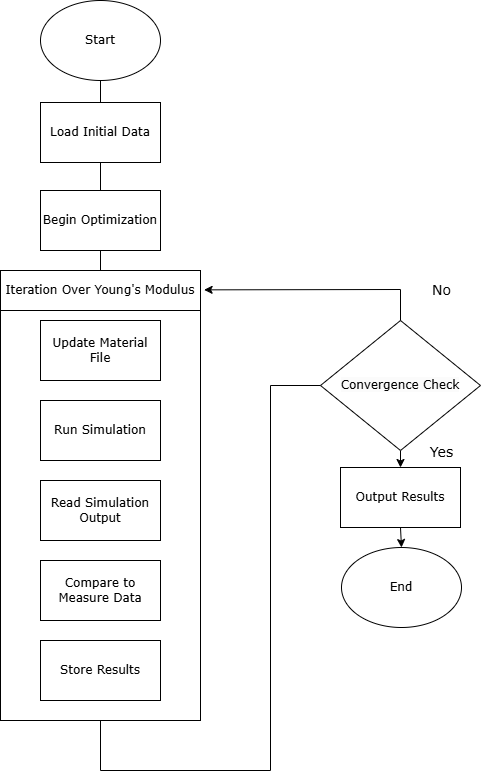
Above: images/fsi/Optimization_1.png in shrinidhihm/shrinidhihm.github.io (draw.io), before the change. Source tidied: cells renumbered, new cells last; positions are measured from the earlier drawing's top-left corner, leaving out a move shared by most shapes.
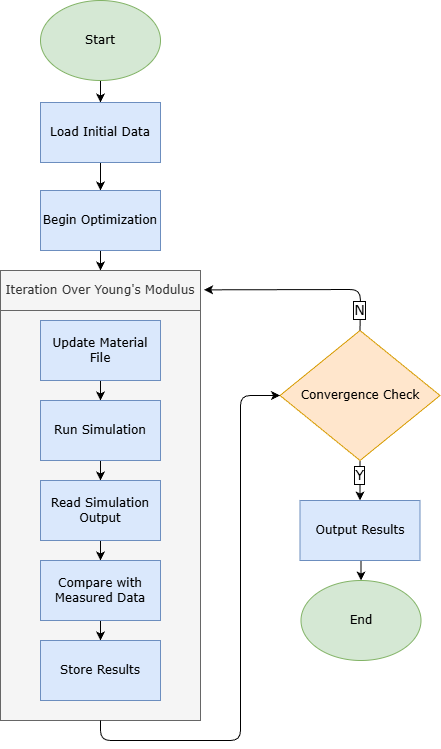
Later version of the same file.

What changed in the source:
```diff
@@ -2,90 +2,93 @@
   <root>
     <mxCell id="0" />
     <mxCell id="1" parent="0" />
+    <mxCell id="25" style="edgeStyle=orthogonalEdgeStyle;rounded=0;jettySize=auto;html=1;exitX=0.5;exitY=1;exitDx=0;exitDy=0;entryX=0.5;entryY=0;entryDx=0;entryDy=0;" parent="1" edge="1" source="2" target="3">
+      <mxGeometry relative="1" as="geometry" />
+    </mxCell>
-    <mxCell id="2" value="&lt;font&gt;Start&lt;/font&gt;" style="ellipse;whiteSpace=wrap;html=1;fontFamily=Verdana;" parent="1" vertex="1">
+    <mxCell id="2" value="&lt;font&gt;Start&lt;/font&gt;" style="ellipse;whiteSpace=wrap;html=1;fontFamily=Verdana;fillColor=#d5e8d4;strokeColor=#82b366;" parent="1" vertex="1">
       <mxGeometry x="40" width="120" height="80" as="geometry" />
     </mxCell>
+    <mxCell id="26" style="edgeStyle=orthogonalEdgeStyle;rounded=0;jettySize=auto;html=1;exitX=0.5;exitY=1;exitDx=0;exitDy=0;entryX=0.5;entryY=0;entryDx=0;entryDy=0;" parent="1" edge="1" source="3" target="5">
+      <mxGeometry relative="1" as="geometry" />
+    </mxCell>
-    <mxCell id="3" value="Load Initial Data" style="rounded=0;whiteSpace=wrap;html=1;align=center;fontFamily=Verdana;" parent="1" vertex="1">
+    <mxCell id="3" value="Load Initial Data" style="rounded=0;whiteSpace=wrap;html=1;align=center;fontFamily=Verdana;fillColor=#dae8fc;strokeColor=#6c8ebf;" parent="1" vertex="1">
       <mxGeometry x="40" y="102" width="120" height="60" as="geometry" />
     </mxCell>
-    <mxCell id="4" style="edgeStyle=orthogonalEdgeStyle;rounded=0;jettySize=auto;html=1;" parent="1" edge="1" source="5" target="8">
-      <mxGeometry relative="1" as="geometry" />
-    </mxCell>
+    <mxCell id="27" style="edgeStyle=orthogonalEdgeStyle;rounded=0;jettySize=auto;html=1;exitX=0.5;exitY=1;exitDx=0;exitDy=0;entryX=0.5;entryY=0;entryDx=0;entryDy=0;" parent="1" edge="1" source="5" target="7">
+      <mxGeometry relative="1" as="geometry" />
+    </mxCell>
-    <mxCell id="5" value="Begin Optimization" style="rounded=0;whiteSpace=wrap;html=1;align=center;fontFamily=Verdana;" parent="1" vertex="1">
+    <mxCell id="5" value="Begin Optimization" style="rounded=0;whiteSpace=wrap;html=1;align=center;fontFamily=Verdana;fillColor=#dae8fc;strokeColor=#6c8ebf;" parent="1" vertex="1">
       <mxGeometry x="40" y="190" width="120" height="60" as="geometry" />
     </mxCell>
-    <mxCell id="6" style="rounded=0;whiteSpace=wrap;html=1;fontFamily=Verdana;" parent="1" vertex="1">
+    <mxCell id="6" style="rounded=0;whiteSpace=wrap;html=1;fontFamily=Verdana;fillColor=#f5f5f5;strokeColor=#666666;fontColor=#333333;" parent="1" vertex="1">
       <mxGeometry y="270" width="200" height="450" as="geometry" />
     </mxCell>
-    <mxCell id="7" value="Iteration Over Young's Modulus" style="rounded=0;whiteSpace=wrap;html=1;fontFamily=Verdana;" parent="1" vertex="1">
+    <mxCell id="7" value="Iteration Over Young's Modulus" style="rounded=0;whiteSpace=wrap;html=1;fontFamily=Verdana;fillColor=#f5f5f5;strokeColor=#666666;fontColor=#333333;" parent="1" vertex="1">
       <mxGeometry y="270" width="200" height="40" as="geometry" />
     </mxCell>
+    <mxCell id="28" style="edgeStyle=orthogonalEdgeStyle;rounded=0;jettySize=auto;html=1;exitX=0.5;exitY=1;exitDx=0;exitDy=0;entryX=0.5;entryY=0;entryDx=0;entryDy=0;" parent="1" edge="1" source="8" target="9">
+      <mxGeometry relative="1" as="geometry" />
+    </mxCell>
-    <mxCell id="8" value="Update Material File" style="rounded=0;whiteSpace=wrap;html=1;align=center;fontFamily=Verdana;" parent="1" vertex="1">
+    <mxCell id="8" value="Update Material File" style="rounded=0;whiteSpace=wrap;html=1;align=center;fontFamily=Verdana;fillColor=#dae8fc;strokeColor=#6c8ebf;" parent="1" vertex="1">
       <mxGeometry x="40" y="320" width="120" height="60" as="geometry" />
     </mxCell>
+    <mxCell id="29" style="edgeStyle=orthogonalEdgeStyle;rounded=0;jettySize=auto;html=1;exitX=0.5;exitY=1;exitDx=0;exitDy=0;entryX=0.5;entryY=0;entryDx=0;entryDy=0;" parent="1" edge="1" source="9" target="10">
+      <mxGeometry relative="1" as="geometry" />
+    </mxCell>
-    <mxCell id="9" value="Run Simulation" style="rounded=0;whiteSpace=wrap;html=1;align=center;fontFamily=Verdana;" parent="1" vertex="1">
+    <mxCell id="9" value="Run Simulation" style="rounded=0;whiteSpace=wrap;html=1;align=center;fontFamily=Verdana;fillColor=#dae8fc;strokeColor=#6c8ebf;" parent="1" vertex="1">
       <mxGeometry x="40" y="400" width="120" height="60" as="geometry" />
     </mxCell>
+    <mxCell id="30" style="edgeStyle=orthogonalEdgeStyle;rounded=0;jettySize=auto;html=1;exitX=0.5;exitY=1;exitDx=0;exitDy=0;" parent="1" edge="1" source="10" target="11">
+      <mxGeometry relative="1" as="geometry" />
+    </mxCell>
-    <mxCell id="10" value="Read Simulation Output" style="rounded=0;whiteSpace=wrap;html=1;align=center;fontFamily=Verdana;" parent="1" vertex="1">
+    <mxCell id="10" value="Read Simulation Output" style="rounded=0;whiteSpace=wrap;html=1;align=center;fontFamily=Verdana;fillColor=#dae8fc;strokeColor=#6c8ebf;" parent="1" vertex="1">
       <mxGeometry x="40" y="480" width="120" height="60" as="geometry" />
     </mxCell>
+    <mxCell id="31" style="edgeStyle=orthogonalEdgeStyle;rounded=0;jettySize=auto;html=1;exitX=0.5;exitY=1;exitDx=0;exitDy=0;entryX=0.5;entryY=0;entryDx=0;entryDy=0;" parent="1" edge="1" source="11" target="12">
+      <mxGeometry relative="1" as="geometry" />
+    </mxCell>
-    <mxCell id="11" value="Compare to Measure Data" style="rounded=0;whiteSpace=wrap;html=1;align=center;fontFamily=Verdana;" parent="1" vertex="1">
+    <mxCell id="11" value="Compare with Measured Data" style="rounded=0;whiteSpace=wrap;html=1;align=center;fontFamily=Verdana;fillColor=#dae8fc;strokeColor=#6c8ebf;" parent="1" vertex="1">
       <mxGeometry x="40" y="560" width="120" height="60" as="geometry" />
     </mxCell>
-    <mxCell id="12" value="Store Results" style="rounded=0;whiteSpace=wrap;html=1;align=center;fontFamily=Verdana;" parent="1" vertex="1">
+    <mxCell id="12" value="Store Results" style="rounded=0;whiteSpace=wrap;html=1;align=center;fontFamily=Verdana;fillColor=#dae8fc;strokeColor=#6c8ebf;" parent="1" vertex="1">
       <mxGeometry x="40" y="640" width="120" height="60" as="geometry" />
     </mxCell>
     <mxCell id="13" style="edgeStyle=orthogonalEdgeStyle;rounded=0;jettySize=auto;html=1;exitX=0.5;exitY=1;exitDx=0;exitDy=0;entryX=0.5;entryY=0;entryDx=0;entryDy=0;" parent="1" edge="1" source="14" target="16">
       <mxGeometry relative="1" as="geometry" />
     </mxCell>
-    <mxCell id="14" value="&lt;span style=&quot;color: rgb(0, 0, 0); font-size: 12px; font-style: normal; font-variant-ligatures: normal; font-variant-caps: normal; font-weight: 400; letter-spacing: normal; orphans: 2; text-align: center; text-indent: 0px; text-transform: none; widows: 2; word-spacing: 0px; -webkit-text-stroke-width: 0px; white-space: normal; background-color: rgb(251, 251, 251); text-decoration-thickness: initial; text-decoration-style: initial; text-decoration-color: initial; float: none; display: inline !important;&quot;&gt;Convergence Check&lt;/span&gt;" style="rhombus;whiteSpace=wrap;html=1;fontFamily=Verdana;" parent="1" vertex="1">
-      <mxGeometry x="320" y="320" width="160" height="130" as="geometry" />
+    <mxCell id="14" value="&lt;span style=&quot;color: rgb(0, 0, 0); font-size: 12px; font-style: normal; font-variant-ligatures: normal; font-variant-caps: normal; font-weight: 400; letter-spacing: normal; orphans: 2; text-align: center; text-indent: 0px; text-transform: none; widows: 2; word-spacing: 0px; -webkit-text-stroke-width: 0px; white-space: normal; text-decoration-thickness: initial; text-decoration-style: initial; text-decoration-color: initial; float: none; display: inline !important;&quot;&gt;Convergence Check&lt;/span&gt;" style="rhombus;whiteSpace=wrap;html=1;fontFamily=Verdana;fillColor=#ffe6cc;strokeColor=#d79b00;" parent="1" vertex="1">
+      <mxGeometry x="279.5" y="330" width="160" height="130" as="geometry" />
     </mxCell>
     <mxCell id="15" style="edgeStyle=orthogonalEdgeStyle;rounded=0;jettySize=auto;html=1;exitX=0.5;exitY=1;exitDx=0;exitDy=0;entryX=0.5;entryY=0;entryDx=0;entryDy=0;" parent="1" edge="1" source="16" target="17">
       <mxGeometry relative="1" as="geometry" />
     </mxCell>
-    <mxCell id="16" value="Output Results" style="rounded=0;whiteSpace=wrap;html=1;align=center;fontFamily=Verdana;" parent="1" vertex="1">
-      <mxGeometry x="340" y="467" width="120" height="60" as="geometry" />
+    <mxCell id="16" value="Output Results" style="rounded=0;whiteSpace=wrap;html=1;align=center;fontFamily=Verdana;fillColor=#dae8fc;strokeColor=#6c8ebf;" parent="1" vertex="1">
+      <mxGeometry x="299.5" y="500" width="120" height="60" as="geometry" />
     </mxCell>
-    <mxCell id="17" value="End" style="ellipse;whiteSpace=wrap;html=1;fontFamily=Verdana;" parent="1" vertex="1">
-      <mxGeometry x="341" y="547" width="120" height="80" as="geometry" />
+    <mxCell id="17" value="End" style="ellipse;whiteSpace=wrap;html=1;fontFamily=Verdana;fillColor=#d5e8d4;strokeColor=#82b366;" parent="1" vertex="1">
+      <mxGeometry x="300.5" y="580" width="120" height="80" as="geometry" />
     </mxCell>
-    <mxCell id="18" value="Yes" style="text;html=1;align=center;verticalAlign=middle;strokeColor=none;fillColor=none;fontSize=14;fontFamily=Verdana;" parent="1" vertex="1">
-      <mxGeometry x="416" y="437" width="50" height="30" as="geometry" />
+    <mxCell id="18" value="Y" style="text;html=1;align=center;verticalAlign=middle;strokeColor=none;fillColor=none;fontSize=14;fontFamily=Verdana;labelBackgroundColor=default;labelBorderColor=default;" parent="1" vertex="1">
+      <mxGeometry x="343.5" y="460" width="30" height="30" as="geometry" />
     </mxCell>
+    <mxCell id="24" style="endArrow=classic;html=1;rounded=1;exitX=0.5;exitY=0;exitDx=0;exitDy=0;entryX=1.018;entryY=0.043;entryDx=0;entryDy=0;entryPerimeter=0;curved=0;" parent="1" edge="1" source="14" target="6">
+      <mxGeometry relative="1" as="geometry">
+        <Array as="points">
+          <mxPoint x="360" y="289" />
+        </Array>
+      </mxGeometry>
+    </mxCell>
+    <mxCell id="32" style="edgeStyle=orthogonalEdgeStyle;rounded=1;jettySize=auto;html=1;exitX=0.5;exitY=1;exitDx=0;exitDy=0;entryX=0;entryY=0.5;entryDx=0;entryDy=0;curved=0;" parent="1" edge="1" source="6" target="14">
+      <mxGeometry relative="1" as="geometry">
+        <Array as="points">
+          <mxPoint x="100" y="740" />
+          <mxPoint x="240" y="740" />
+          <mxPoint x="240" y="395" />
+        </Array>
+      </mxGeometry>
+    </mxCell>
-    <mxCell id="19" value="No" style="text;html=1;align=center;verticalAlign=middle;strokeColor=none;fillColor=none;fontSize=14;fontFamily=Verdana;" parent="1" vertex="1">
-      <mxGeometry x="421" y="275" width="40" height="30" as="geometry" />
+    <mxCell id="19" value="N" style="text;html=1;align=center;verticalAlign=middle;strokeColor=none;fillColor=none;fontSize=14;fontFamily=Verdana;labelBorderColor=default;labelBackgroundColor=default;" parent="1" vertex="1">
+      <mxGeometry x="344" y="295" width="30" height="30" as="geometry" />
     </mxCell>
-    <mxCell id="20" style="endArrow=none;html=1;rounded=0;entryX=0.5;entryY=1;entryDx=0;entryDy=0;" parent="1" edge="1" target="2">
-      <mxGeometry relative="1" as="geometry">
-        <mxPoint x="100" y="102" as="sourcePoint" />
-      </mxGeometry>
-    </mxCell>
-    <mxCell id="21" style="endArrow=none;html=1;rounded=0;entryX=0.5;entryY=1;entryDx=0;entryDy=0;exitX=0.5;exitY=0;exitDx=0;exitDy=0;" parent="1" edge="1" source="5" target="3">
-      <mxGeometry relative="1" as="geometry" />
-    </mxCell>
-    <mxCell id="22" style="endArrow=none;html=1;rounded=0;exitX=0.5;exitY=1;exitDx=0;exitDy=0;" parent="1" edge="1" source="6">
-      <mxGeometry relative="1" as="geometry">
-        <mxPoint x="270" y="770" as="targetPoint" />
-        <Array as="points">
-          <mxPoint x="100" y="770" />
-        </Array>
-      </mxGeometry>
-    </mxCell>
-    <mxCell id="23" style="endArrow=none;html=1;rounded=0;entryX=0;entryY=0.5;entryDx=0;entryDy=0;" parent="1" edge="1" target="14">
-      <mxGeometry relative="1" as="geometry">
-        <mxPoint x="270" y="770" as="sourcePoint" />
-        <Array as="points">
-          <mxPoint x="270" y="385" />
-        </Array>
-      </mxGeometry>
-    </mxCell>
-    <mxCell id="24" style="endArrow=classic;html=1;rounded=0;exitX=0.5;exitY=0;exitDx=0;exitDy=0;entryX=1.018;entryY=0.043;entryDx=0;entryDy=0;entryPerimeter=0;" parent="1" edge="1" source="14" target="6">
-      <mxGeometry relative="1" as="geometry">
-        <Array as="points">
-          <mxPoint x="400" y="289" />
-        </Array>
-      </mxGeometry>
-    </mxCell>
   </root>
 </mxGraphModel>
```
